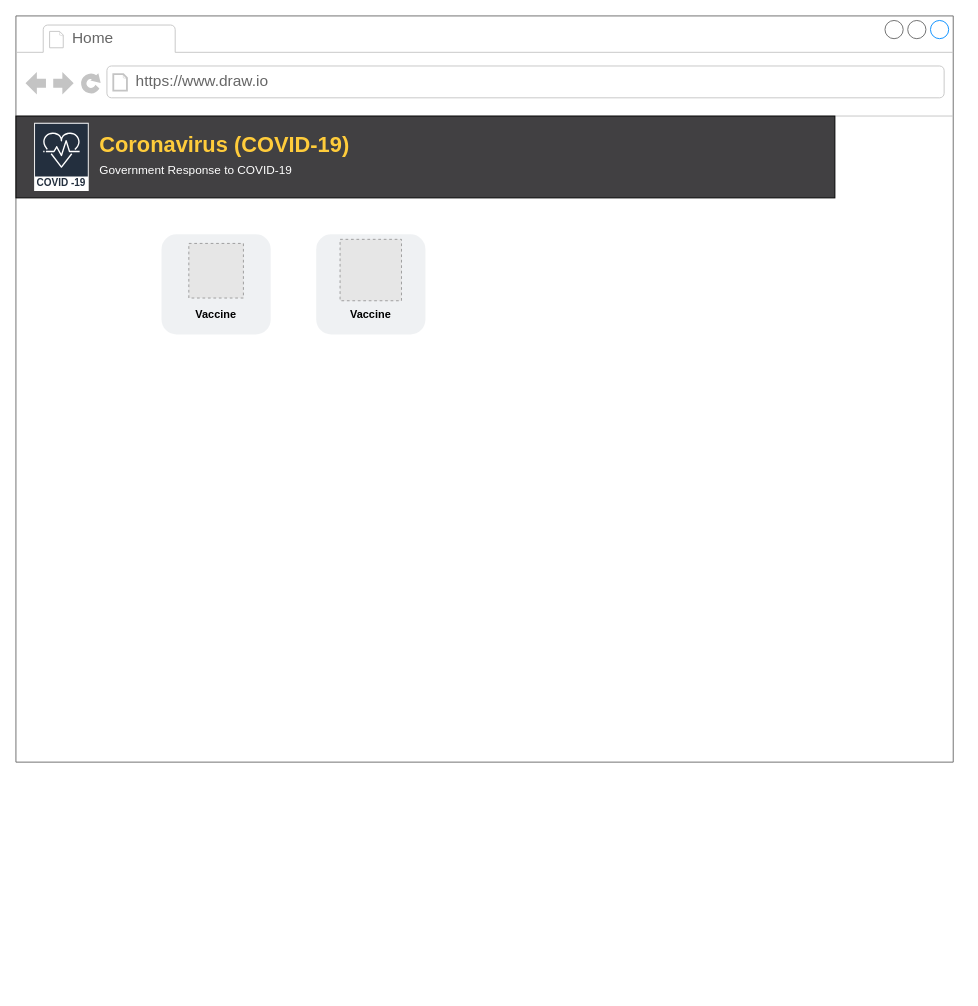
johnsonmercyi/COVID19Project keeps this draw.io diagram as Plan.drawio. Above is the earlier version. Source tidied: cells renumbered, new cells numbered last; positions are measured from the earlier drawing's top-left corner, leaving out a move shared by most shapes. Both pictures are drawn from the tidied source at 91%, with x=0, y=0 at pixel (15, 15). Pictures stored in the file or linked from it are replaced by grey dashed boxes.
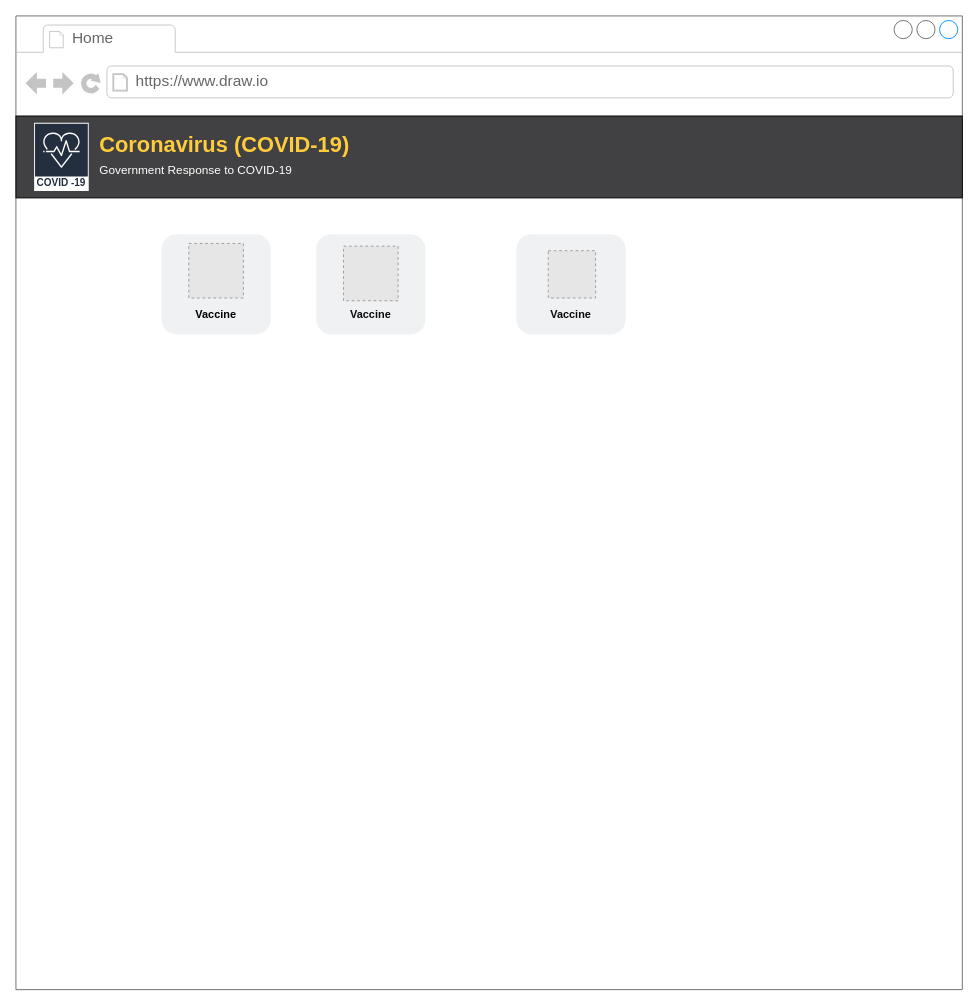
Above is the later version.

The change refers to these unchanged cells:
```xml
<mxCell id="13" style="group;" parent="2" vertex="1">
  <mxGeometry x="330" y="240" width="120" height="110" as="geometry" />
</mxCell>
```

What changed in the source:
```diff
@@
     <mxCell id="2" style="strokeWidth=1;shadow=0;dashed=0;align=center;html=1;shape=mxgraph.mockup.containers.browserWindow;rSize=0;strokeColor=#666666;strokeColor2=#008cff;strokeColor3=#c4c4c4;mainText=,;" parent="1" vertex="1">
-      <mxGeometry width="1030" height="820" as="geometry" />
+      <mxGeometry width="1040" height="1070" as="geometry" />
     </mxCell>
@@
     <mxCell id="5" style="rounded=0;whiteSpace=wrap;html=1;fillColor=#414042;" parent="2" vertex="1">
-      <mxGeometry y="110" width="900" height="90" as="geometry" />
+      <mxGeometry y="110" width="1040" height="90" as="geometry" />
     </mxCell>
@@
+    <mxCell id="15" value="Vaccine" style="text;html=1;strokeColor=none;fillColor=none;align=center;verticalAlign=middle;whiteSpace=wrap;rounded=0;fontStyle=1;" parent="13" vertex="1">
+      <mxGeometry x="30" y="73" width="60" height="30" as="geometry" />
+    </mxCell>
+    <mxCell id="17" style="group;" parent="13" vertex="1">
+      <mxGeometry width="120" height="110" as="geometry" />
+    </mxCell>
+    <mxCell id="18" style="group;" parent="17" vertex="1">
+      <mxGeometry width="120" height="110" as="geometry" />
+    </mxCell>
-    <mxCell id="14" style="rounded=1;whiteSpace=wrap;html=1;fillColor=#647687;fontColor=#ffffff;strokeColor=none;opacity=10;" parent="13" vertex="1">
+    <mxCell id="14" style="rounded=1;whiteSpace=wrap;html=1;fillColor=#647687;fontColor=#ffffff;strokeColor=none;opacity=10;" parent="18" vertex="1">
       <mxGeometry width="120" height="110" as="geometry" />
     </mxCell>
-    <mxCell id="15" value="Vaccine" style="text;html=1;strokeColor=none;fillColor=none;align=center;verticalAlign=middle;whiteSpace=wrap;rounded=0;fontStyle=1;" parent="13" vertex="1">
-      <mxGeometry x="30" y="73" width="60" height="30" as="geometry" />
-    </mxCell>
-    <mxCell id="16" style="fillColor=#E6E6E6;strokeColor=#999999;dashed=1;verticalLabelPosition=bottom;labelBackgroundColor=default;verticalAlign=top;" parent="13" vertex="1">
-      <mxGeometry x="26.2" y="5.5" width="67.5" height="67.5" as="geometry" />
-    </mxCell>
+    <mxCell id="19" style="fillColor=#E6E6E6;strokeColor=#999999;dashed=1;verticalLabelPosition=bottom;labelBackgroundColor=default;verticalAlign=top;" parent="18" vertex="1">
+      <mxGeometry x="30" y="13" width="60" height="60" as="geometry" />
+    </mxCell>
+    <mxCell id="20" style="group;" parent="2" vertex="1">
+      <mxGeometry x="550" y="240" width="120" height="110" as="geometry" />
+    </mxCell>
+    <mxCell id="21" value="Vaccine" style="text;html=1;strokeColor=none;fillColor=none;align=center;verticalAlign=middle;whiteSpace=wrap;rounded=0;fontStyle=1;" parent="20" vertex="1">
+      <mxGeometry x="30" y="73" width="60" height="30" as="geometry" />
+    </mxCell>
+    <mxCell id="22" style="group;" parent="20" vertex="1">
+      <mxGeometry width="120" height="110" as="geometry" />
+    </mxCell>
+    <mxCell id="23" style="group;" parent="22" vertex="1">
+      <mxGeometry width="120" height="110" as="geometry" />
+    </mxCell>
+    <mxCell id="24" style="rounded=1;whiteSpace=wrap;html=1;fillColor=#647687;fontColor=#ffffff;strokeColor=none;opacity=10;" parent="23" vertex="1">
+      <mxGeometry width="120" height="110" as="geometry" />
+    </mxCell>
+    <mxCell id="25" style="fillColor=#E6E6E6;strokeColor=#999999;dashed=1;verticalLabelPosition=bottom;labelBackgroundColor=default;verticalAlign=top;" parent="23" vertex="1">
+      <mxGeometry x="35" y="18" width="52" height="52" as="geometry" />
+    </mxCell>
```
